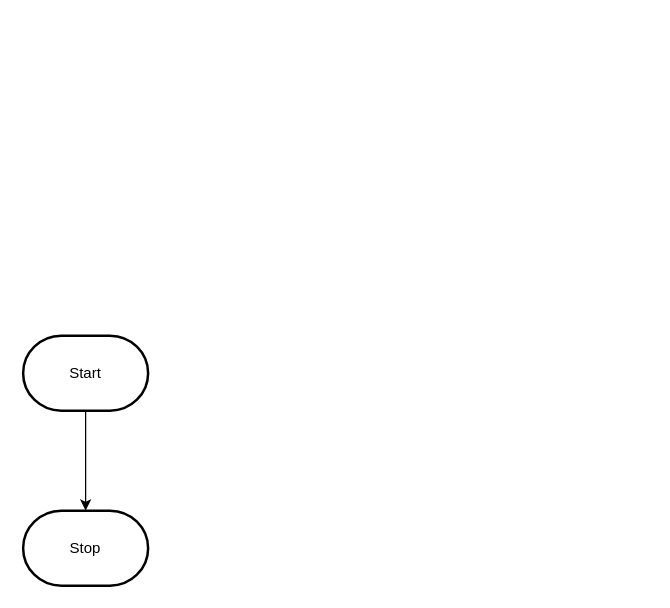
Before: design/flowchart.drawio in MTHS-ICS2O-2-2022/ICS2O-Unit-5-02-Fares-Abdelkader, a draw.io diagram. Source tidied: cells renumbered, new cells numbered last; positions are measured from the earlier drawing's top-left corner, leaving out a move shared by most shapes. Both pictures are drawn from the tidied source at 125%, with x=0, y=0 at pixel (22, 335).
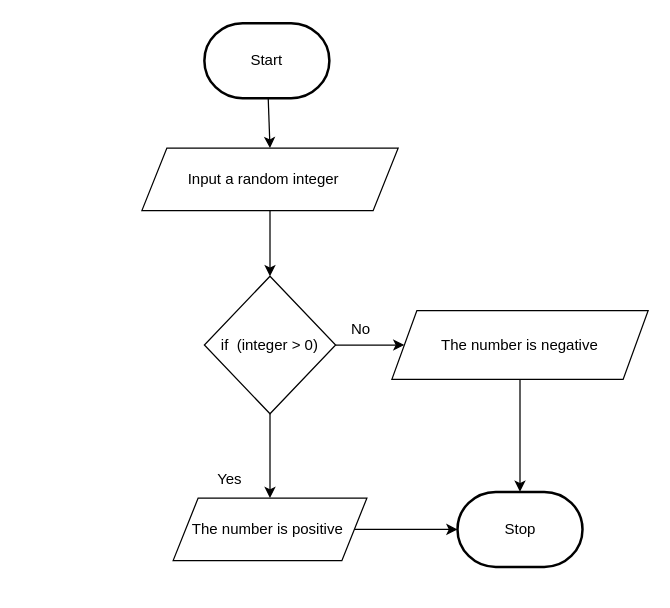
The same diagram, later.

What changed in the source:
```diff
@@
 <mxGraphModel>
   <root>
     <mxCell id="0" />
     <mxCell id="1" parent="0" />
-    <mxCell id="2" style="edgeStyle=orthogonalEdgeStyle;html=1;rounded=0;" parent="1" edge="1" source="3" target="4">
-      <mxGeometry relative="1" as="geometry" />
-    </mxCell>
+    <mxCell id="4" value="Stop" style="strokeWidth=2;html=1;shape=mxgraph.flowchart.terminator;whiteSpace=wrap;" parent="1" vertex="1">
+      <mxGeometry x="347.5" y="125" width="100" height="60" as="geometry" />
+    </mxCell>
+    <mxCell id="5" style="edgeStyle=none;html=1;entryX=0.5;entryY=0;entryDx=0;entryDy=0;" parent="1" edge="1" source="3" target="7">
+      <mxGeometry relative="1" as="geometry" />
+    </mxCell>
     <mxCell id="3" value="Start" style="strokeWidth=2;html=1;shape=mxgraph.flowchart.terminator;whiteSpace=wrap;" parent="1" vertex="1">
-      <mxGeometry width="100" height="60" as="geometry" />
+      <mxGeometry x="145" y="-250" width="100" height="60" as="geometry" />
     </mxCell>
-    <mxCell id="4" value="Stop" style="strokeWidth=2;html=1;shape=mxgraph.flowchart.terminator;whiteSpace=wrap;" parent="1" vertex="1">
-      <mxGeometry y="140" width="100" height="60" as="geometry" />
-    </mxCell>
+    <mxCell id="6" style="edgeStyle=none;html=1;entryX=0.5;entryY=0;entryDx=0;entryDy=0;" parent="1" edge="1" source="7" target="10">
+      <mxGeometry relative="1" as="geometry" />
+    </mxCell>
+    <mxCell id="7" value="Input a random integer&amp;nbsp; &amp;nbsp;" style="shape=parallelogram;perimeter=parallelogramPerimeter;whiteSpace=wrap;html=1;fixedSize=1;" parent="1" vertex="1">
+      <mxGeometry x="95" y="-150" width="205" height="50" as="geometry" />
+    </mxCell>
+    <mxCell id="8" style="edgeStyle=none;html=1;" parent="1" edge="1" source="10" target="12">
+      <mxGeometry relative="1" as="geometry" />
+    </mxCell>
+    <mxCell id="9" style="edgeStyle=none;html=1;" parent="1" edge="1" source="10" target="15">
+      <mxGeometry relative="1" as="geometry" />
+    </mxCell>
+    <mxCell id="10" value="if &amp;nbsp;(integer &amp;gt; 0)" style="rhombus;whiteSpace=wrap;html=1;" parent="1" vertex="1">
+      <mxGeometry x="145" y="-47.5" width="105" height="110" as="geometry" />
+    </mxCell>
+    <mxCell id="11" style="edgeStyle=none;html=1;entryX=0.5;entryY=0;entryDx=0;entryDy=0;entryPerimeter=0;" parent="1" edge="1" source="12" target="4">
+      <mxGeometry relative="1" as="geometry" />
+    </mxCell>
+    <mxCell id="12" value="The number is negative" style="shape=parallelogram;perimeter=parallelogramPerimeter;whiteSpace=wrap;html=1;fixedSize=1;" parent="1" vertex="1">
+      <mxGeometry x="295" y="-20" width="205" height="55" as="geometry" />
+    </mxCell>
+    <mxCell id="13" value="No" style="text;html=1;align=center;verticalAlign=middle;strokeColor=none;fillColor=none;" parent="1" vertex="1">
+      <mxGeometry x="250" y="-20" width="40" height="30" as="geometry" />
+    </mxCell>
+    <mxCell id="14" style="edgeStyle=none;html=1;entryX=0;entryY=0.5;entryDx=0;entryDy=0;entryPerimeter=0;" parent="1" edge="1" source="15" target="4">
+      <mxGeometry relative="1" as="geometry" />
+    </mxCell>
+    <mxCell id="15" value="The number is positive&amp;nbsp;" style="shape=parallelogram;perimeter=parallelogramPerimeter;whiteSpace=wrap;html=1;fixedSize=1;" parent="1" vertex="1">
+      <mxGeometry x="120" y="130" width="155" height="50" as="geometry" />
+    </mxCell>
+    <mxCell id="16" value="Yes" style="text;html=1;align=center;verticalAlign=middle;strokeColor=none;fillColor=none;" parent="1" vertex="1">
+      <mxGeometry x="145" y="100" width="40" height="30" as="geometry" />
+    </mxCell>
   </root>
 </mxGraphModel>
```
